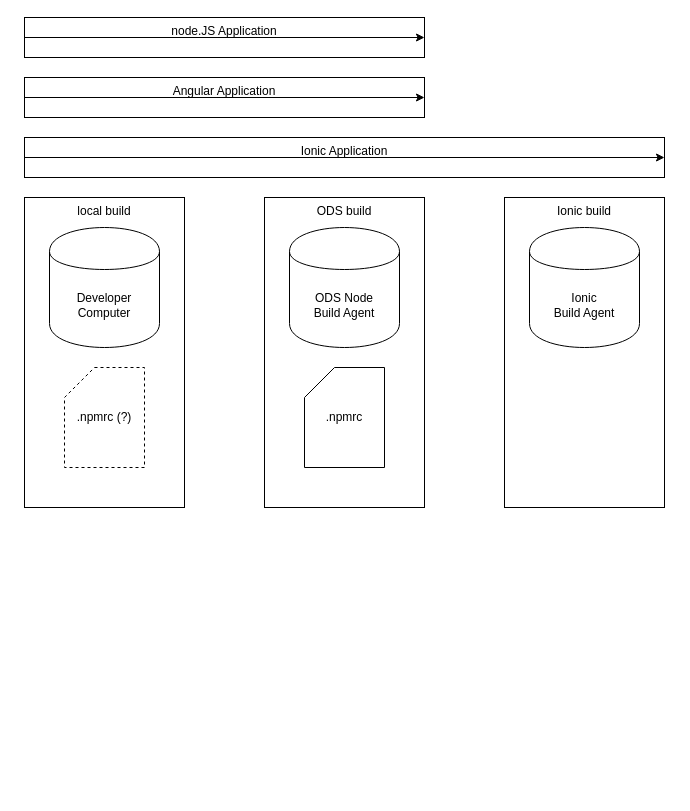
The draw.io diagram npm-ods-issue.drawio in ManuelFeller/diagrams, before the edit. Source tidied: cells renumbered, new cells numbered last; positions are measured from the earlier drawing's top-left corner, leaving out a move shared by most shapes. Both pictures are drawn from the tidied source at 100%, with x=0, y=0 at pixel (24, 17).
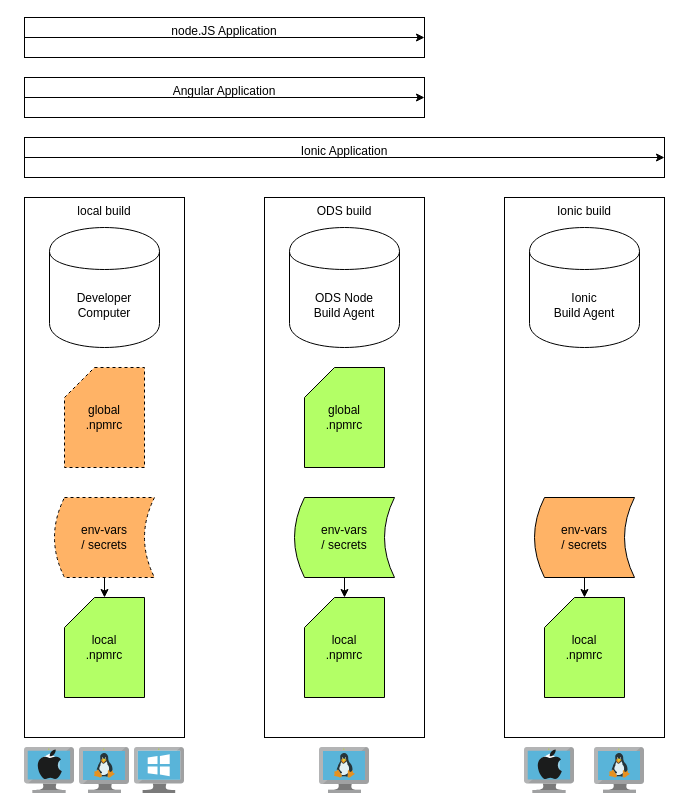
Above is the later version.

What changed in the source:
```diff
@@
-    <mxCell id="4" style="group;" parent="1" vertex="1">
-      <mxGeometry y="180" width="160" height="310" as="geometry" />
-    </mxCell>
-    <mxCell id="5" value="local build" style="rounded=0;whiteSpace=wrap;html=1;verticalAlign=top;" parent="4" vertex="1">
-      <mxGeometry width="160" height="310" as="geometry" />
-    </mxCell>
-    <mxCell id="6" value="&lt;div&gt;Developer Computer&lt;/div&gt;" style="shape=cylinder;whiteSpace=wrap;html=1;boundedLbl=1;backgroundOutline=1;" parent="4" vertex="1">
-      <mxGeometry x="25" y="30" width="110" height="120" as="geometry" />
-    </mxCell>
-    <mxCell id="7" value=".npmrc (?)" style="shape=card;whiteSpace=wrap;html=1;dashed=1;" parent="4" vertex="1">
-      <mxGeometry x="40" y="170" width="80" height="100" as="geometry" />
-    </mxCell>
-    <mxCell id="8" style="group;" parent="1" vertex="1">
-      <mxGeometry x="240" y="180" width="160" height="310" as="geometry" />
-    </mxCell>
-    <mxCell id="9" value="ODS build" style="rounded=0;whiteSpace=wrap;html=1;verticalAlign=top;" parent="8" vertex="1">
-      <mxGeometry width="160" height="310" as="geometry" />
-    </mxCell>
-    <mxCell id="10" value="ODS Node&lt;br&gt;Build Agent" style="shape=cylinder;whiteSpace=wrap;html=1;boundedLbl=1;backgroundOutline=1;" parent="8" vertex="1">
-      <mxGeometry x="25" y="30" width="110" height="120" as="geometry" />
-    </mxCell>
-    <mxCell id="11" value=".npmrc" style="shape=card;whiteSpace=wrap;html=1;" parent="8" vertex="1">
-      <mxGeometry x="40" y="170" width="80" height="100" as="geometry" />
-    </mxCell>
-    <mxCell id="12" style="group;" parent="1" vertex="1">
-      <mxGeometry x="480" y="180" width="160" height="310" as="geometry" />
-    </mxCell>
-    <mxCell id="13" value="Ionic build" style="rounded=0;whiteSpace=wrap;html=1;verticalAlign=top;" parent="12" vertex="1">
-      <mxGeometry width="160" height="310" as="geometry" />
-    </mxCell>
-    <mxCell id="14" value="Ionic&lt;br&gt;Build Agent" style="shape=cylinder;whiteSpace=wrap;html=1;boundedLbl=1;backgroundOutline=1;" parent="12" vertex="1">
-      <mxGeometry x="25" y="30" width="110" height="120" as="geometry" />
-    </mxCell>
@@
+    <mxCell id="5" value="local build" style="rounded=0;whiteSpace=wrap;html=1;verticalAlign=top;" parent="1" vertex="1">
+      <mxGeometry y="180" width="160" height="540" as="geometry" />
+    </mxCell>
+    <mxCell id="6" value="&lt;div&gt;Developer Computer&lt;/div&gt;" style="shape=cylinder;whiteSpace=wrap;html=1;boundedLbl=1;backgroundOutline=1;" parent="1" vertex="1">
+      <mxGeometry x="25" y="210" width="110" height="120" as="geometry" />
+    </mxCell>
+    <mxCell id="7" value="&lt;div&gt;global&lt;/div&gt;.npmrc" style="shape=card;whiteSpace=wrap;html=1;dashed=1;fillColor=#FFB366;" parent="1" vertex="1">
+      <mxGeometry x="40" y="350" width="80" height="100" as="geometry" />
+    </mxCell>
+    <mxCell id="9" value="ODS build" style="rounded=0;whiteSpace=wrap;html=1;verticalAlign=top;" parent="1" vertex="1">
+      <mxGeometry x="240" y="180" width="160" height="540" as="geometry" />
+    </mxCell>
+    <mxCell id="10" value="ODS Node&lt;br&gt;Build Agent" style="shape=cylinder;whiteSpace=wrap;html=1;boundedLbl=1;backgroundOutline=1;" parent="1" vertex="1">
+      <mxGeometry x="265" y="210" width="110" height="120" as="geometry" />
+    </mxCell>
+    <mxCell id="11" value="global&lt;br&gt;.npmrc" style="shape=card;whiteSpace=wrap;html=1;fillColor=#B3FF66;" parent="1" vertex="1">
+      <mxGeometry x="280" y="350" width="80" height="100" as="geometry" />
+    </mxCell>
+    <mxCell id="13" value="Ionic build" style="rounded=0;whiteSpace=wrap;html=1;verticalAlign=top;" parent="1" vertex="1">
+      <mxGeometry x="480" y="180" width="160" height="540" as="geometry" />
+    </mxCell>
+    <mxCell id="14" value="Ionic&lt;br&gt;Build Agent" style="shape=cylinder;whiteSpace=wrap;html=1;boundedLbl=1;backgroundOutline=1;" parent="1" vertex="1">
+      <mxGeometry x="505" y="210" width="110" height="120" as="geometry" />
+    </mxCell>
+    <mxCell id="19" value="&lt;div&gt;env-vars&lt;/div&gt;&lt;div&gt;/ secrets&lt;/div&gt;" style="shape=dataStorage;whiteSpace=wrap;html=1;fillColor=#B3FF66;" parent="1" vertex="1">
+      <mxGeometry x="270" y="480" width="100" height="80" as="geometry" />
+    </mxCell>
+    <mxCell id="20" value="&lt;div&gt;env-vars&lt;/div&gt;&lt;div&gt;/ secrets&lt;/div&gt;" style="shape=dataStorage;whiteSpace=wrap;html=1;fillColor=#FFB366;" parent="1" vertex="1">
+      <mxGeometry x="510" y="480" width="100" height="80" as="geometry" />
+    </mxCell>
+    <mxCell id="21" value="local&lt;br&gt;.npmrc" style="shape=card;whiteSpace=wrap;html=1;fillColor=#B3FF66;" parent="1" vertex="1">
+      <mxGeometry x="280" y="580" width="80" height="100" as="geometry" />
+    </mxCell>
+    <mxCell id="22" value="local&lt;br&gt;.npmrc" style="shape=card;whiteSpace=wrap;html=1;fillColor=#B3FF66;" parent="1" vertex="1">
+      <mxGeometry x="40" y="580" width="80" height="100" as="geometry" />
+    </mxCell>
+    <mxCell id="23" value="local&lt;br&gt;.npmrc" style="shape=card;whiteSpace=wrap;html=1;fillColor=#B3FF66;" parent="1" vertex="1">
+      <mxGeometry x="520" y="580" width="80" height="100" as="geometry" />
+    </mxCell>
+    <mxCell id="24" style="endArrow=classic;html=1;entryX=0.5;entryY=0;entryDx=0;entryDy=0;entryPerimeter=0;exitX=0.5;exitY=1;exitDx=0;exitDy=0;" parent="1" edge="1" source="20" target="23">
+      <mxGeometry relative="1" as="geometry" />
+    </mxCell>
+    <mxCell id="25" style="endArrow=classic;html=1;exitX=0.5;exitY=1;exitDx=0;exitDy=0;entryX=0.5;entryY=0;entryDx=0;entryDy=0;entryPerimeter=0;" parent="1" edge="1" source="19" target="21">
+      <mxGeometry relative="1" as="geometry" />
+    </mxCell>
+    <mxCell id="26" value="&lt;div&gt;env-vars&lt;/div&gt;&lt;div&gt;/ secrets&lt;/div&gt;" style="shape=dataStorage;whiteSpace=wrap;html=1;dashed=1;fillColor=#FFB366;" parent="1" vertex="1">
+      <mxGeometry x="30" y="480" width="100" height="80" as="geometry" />
+    </mxCell>
+    <mxCell id="27" style="endArrow=classic;html=1;exitX=0.5;exitY=1;exitDx=0;exitDy=0;entryX=0.5;entryY=0;entryDx=0;entryDy=0;entryPerimeter=0;" parent="1" edge="1" source="26" target="22">
+      <mxGeometry relative="1" as="geometry" />
+    </mxCell>
+    <mxCell id="28" style="html=1;align=center;image;fontSize=12;image=img/lib/mscae/VM_Linux.svg;dashed=1;" parent="1" vertex="1">
+      <mxGeometry x="570" y="730" width="50" height="46" as="geometry" />
+    </mxCell>
+    <mxCell id="29" style="html=1;align=center;image;fontSize=12;image=img/lib/mscae/VirtualMachineWindows.svg;dashed=1;" parent="1" vertex="1">
+      <mxGeometry x="110" y="730" width="50" height="46" as="geometry" />
+    </mxCell>
+    <mxCell id="30" style="group;" parent="1" vertex="1">
+      <mxGeometry x="500" y="730" width="50" height="46" as="geometry" />
+    </mxCell>
+    <mxCell id="31" style="html=1;align=center;image;fontSize=12;image=img/lib/mscae/Virtual_Machine.svg;dashed=1;" parent="30" vertex="1">
+      <mxGeometry width="50" height="46" as="geometry" />
+    </mxCell>
+    <mxCell id="32" style="dashed=0;html=1;align=center;labelPosition=center;verticalLabelPosition=bottom;verticalAlign=top;shape=mxgraph.weblogos.apple;fillColor=#1B1C1C;strokeColor=none;" parent="30" vertex="1">
+      <mxGeometry x="12.7" y="2" width="24.6" height="30" as="geometry" />
+    </mxCell>
+    <mxCell id="33" style="group;" parent="1" vertex="1">
+      <mxGeometry y="730" width="50" height="46" as="geometry" />
+    </mxCell>
+    <mxCell id="34" style="html=1;align=center;image;fontSize=12;image=img/lib/mscae/Virtual_Machine.svg;dashed=1;" parent="33" vertex="1">
+      <mxGeometry width="50" height="46" as="geometry" />
+    </mxCell>
+    <mxCell id="35" style="dashed=0;html=1;align=center;labelPosition=center;verticalLabelPosition=bottom;verticalAlign=top;shape=mxgraph.weblogos.apple;fillColor=#1B1C1C;strokeColor=none;" parent="33" vertex="1">
+      <mxGeometry x="12.7" y="2" width="24.6" height="30" as="geometry" />
+    </mxCell>
+    <mxCell id="36" style="html=1;align=center;image;fontSize=12;image=img/lib/mscae/VM_Linux.svg;dashed=1;" parent="1" vertex="1">
+      <mxGeometry x="295" y="730" width="50" height="46" as="geometry" />
+    </mxCell>
+    <mxCell id="37" style="html=1;align=center;image;fontSize=12;image=img/lib/mscae/VM_Linux.svg;dashed=1;" parent="1" vertex="1">
+      <mxGeometry x="55" y="730" width="50" height="46" as="geometry" />
+    </mxCell>
```
